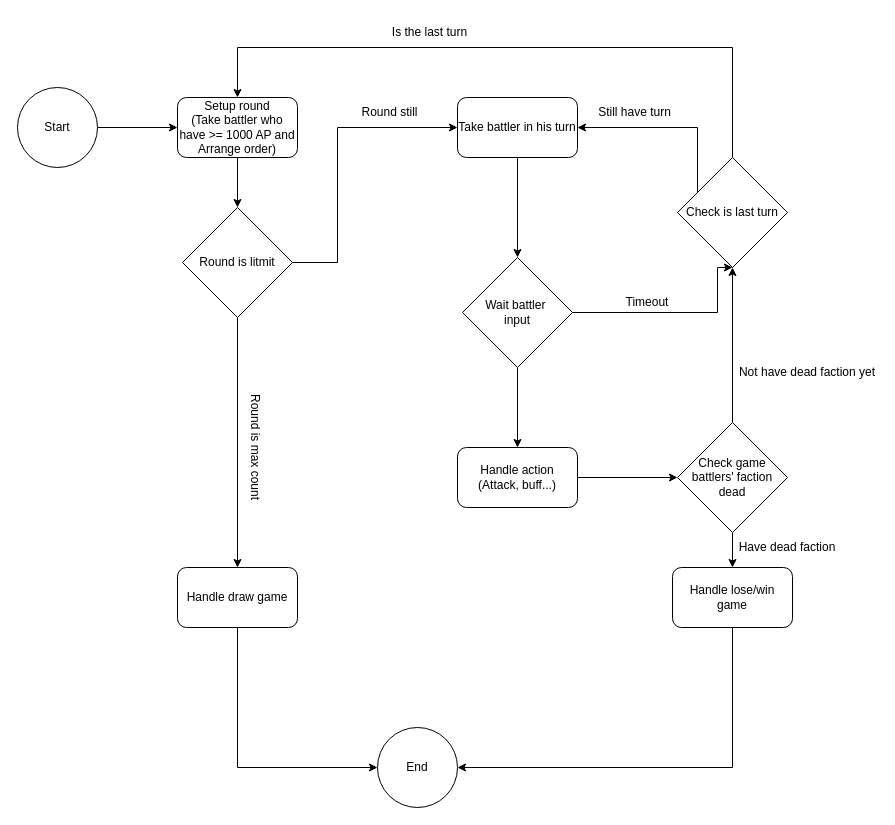
This is Design/design.drawio from vanhaodev/CardGame, a draw.io file, before an edit. Source tidied: cells renumbered, new cells numbered last; positions are measured from the earlier drawing's top-left corner, leaving out a move shared by most shapes. Both pictures are drawn from the tidied source at 100%, with x=0, y=0 at pixel (17, 17).
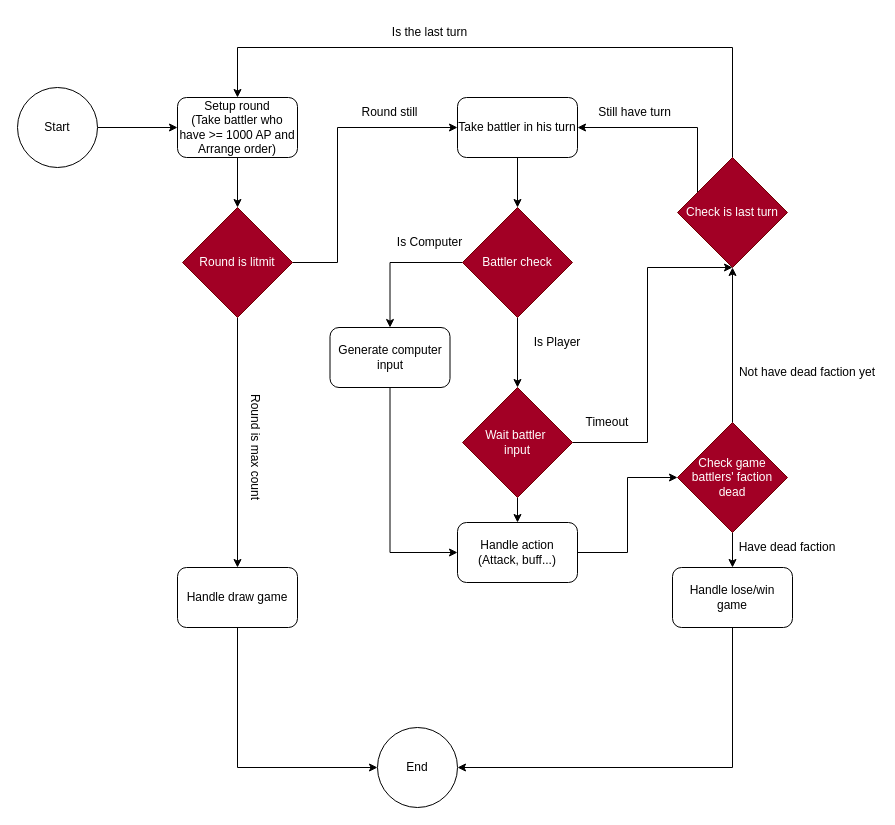
The same diagram, later.

Unchanged cells that the change refers to:
```xml
<mxCell id="7" value="Take battler in his turn" style="rounded=1;whiteSpace=wrap;html=1;" parent="1" vertex="1">
  <mxGeometry x="440" y="80" width="120" height="60" as="geometry" />
</mxCell>
```

Change to the diagram source:
```diff
@@
-    <mxCell id="6" style="edgeStyle=orthogonalEdgeStyle;rounded=0;jettySize=auto;html=1;entryX=0.5;entryY=0;entryDx=0;entryDy=0;" parent="1" edge="1" source="7" target="10">
+    <mxCell id="6" style="edgeStyle=orthogonalEdgeStyle;rounded=0;jettySize=auto;html=1;" parent="1" edge="1" source="7" target="36">
       <mxGeometry relative="1" as="geometry" />
     </mxCell>
@@
     <mxCell id="9" style="edgeStyle=orthogonalEdgeStyle;rounded=0;jettySize=auto;html=1;entryX=0.5;entryY=1;entryDx=0;entryDy=0;" parent="1" edge="1" source="10" target="16">
       <mxGeometry relative="1" as="geometry">
         <Array as="points">
-          <mxPoint x="700" y="295" />
-          <mxPoint x="700" y="250" />
+          <mxPoint x="630" y="425" />
+          <mxPoint x="630" y="250" />
         </Array>
       </mxGeometry>
     </mxCell>
-    <mxCell id="10" value="Wait battler&amp;nbsp;&lt;div&gt;input&lt;/div&gt;" style="rhombus;whiteSpace=wrap;html=1;" parent="1" vertex="1">
-      <mxGeometry x="445" y="240" width="110" height="110" as="geometry" />
+    <mxCell id="10" value="Wait battler&amp;nbsp;&lt;div&gt;input&lt;/div&gt;" style="rhombus;whiteSpace=wrap;html=1;fillColor=#a20025;fontColor=#ffffff;strokeColor=#6F0000;" parent="1" vertex="1">
+      <mxGeometry x="445" y="370" width="110" height="110" as="geometry" />
     </mxCell>
     <mxCell id="11" value="Timeout" style="text;html=1;align=center;verticalAlign=middle;whiteSpace=wrap;rounded=0;rotation=0;" parent="1" vertex="1">
-      <mxGeometry x="600" y="270" width="60" height="30" as="geometry" />
+      <mxGeometry x="560" y="390" width="60" height="30" as="geometry" />
     </mxCell>
@@
     <mxCell id="13" value="Handle action&lt;br&gt;(Attack, buff...)" style="rounded=1;whiteSpace=wrap;html=1;" parent="1" vertex="1">
-      <mxGeometry x="440" y="430" width="120" height="60" as="geometry" />
+      <mxGeometry x="440" y="505" width="120" height="60" as="geometry" />
     </mxCell>
@@
-    <mxCell id="16" value="Check is last turn" style="rhombus;whiteSpace=wrap;html=1;" parent="1" vertex="1">
+    <mxCell id="16" value="Check is last turn" style="rhombus;whiteSpace=wrap;html=1;fillColor=#a20025;fontColor=#ffffff;strokeColor=#6F0000;" parent="1" vertex="1">
       <mxGeometry x="660" y="140" width="110" height="110" as="geometry" />
     </mxCell>
@@
-    <mxCell id="21" value="Round is litmit" style="rhombus;whiteSpace=wrap;html=1;" parent="1" vertex="1">
+    <mxCell id="21" value="Round is litmit" style="rhombus;whiteSpace=wrap;html=1;fillColor=#a20025;fontColor=#ffffff;strokeColor=#6F0000;" parent="1" vertex="1">
       <mxGeometry x="165" y="190" width="110" height="110" as="geometry" />
     </mxCell>
@@
-    <mxCell id="29" value="Check game battlers' faction dead" style="rhombus;whiteSpace=wrap;html=1;" parent="1" vertex="1">
+    <mxCell id="29" value="Check game battlers' faction dead" style="rhombus;whiteSpace=wrap;html=1;fillColor=#a20025;fontColor=#ffffff;strokeColor=#6F0000;" parent="1" vertex="1">
       <mxGeometry x="660" y="405" width="110" height="110" as="geometry" />
     </mxCell>
@@
+    <mxCell id="34" style="edgeStyle=orthogonalEdgeStyle;rounded=0;jettySize=auto;html=1;entryX=0.5;entryY=0;entryDx=0;entryDy=0;" parent="1" edge="1" source="36" target="10">
+      <mxGeometry relative="1" as="geometry" />
+    </mxCell>
+    <mxCell id="35" style="edgeStyle=orthogonalEdgeStyle;rounded=0;jettySize=auto;html=1;entryX=0.5;entryY=0;entryDx=0;entryDy=0;" parent="1" edge="1" source="36" target="39">
+      <mxGeometry relative="1" as="geometry" />
+    </mxCell>
+    <mxCell id="36" value="Battler check" style="rhombus;whiteSpace=wrap;html=1;fillColor=#a20025;fontColor=#ffffff;strokeColor=#6F0000;" parent="1" vertex="1">
+      <mxGeometry x="445" y="190" width="110" height="110" as="geometry" />
+    </mxCell>
+    <mxCell id="37" value="Is Player" style="text;html=1;align=center;verticalAlign=middle;whiteSpace=wrap;rounded=0;rotation=0;" parent="1" vertex="1">
+      <mxGeometry x="510" y="310" width="60" height="30" as="geometry" />
+    </mxCell>
+    <mxCell id="38" style="edgeStyle=orthogonalEdgeStyle;rounded=0;jettySize=auto;html=1;entryX=0;entryY=0.5;entryDx=0;entryDy=0;" parent="1" edge="1" source="39" target="13">
+      <mxGeometry relative="1" as="geometry">
+        <Array as="points">
+          <mxPoint x="373" y="535" />
+        </Array>
+      </mxGeometry>
+    </mxCell>
+    <mxCell id="39" value="Generate computer input" style="rounded=1;whiteSpace=wrap;html=1;" parent="1" vertex="1">
+      <mxGeometry x="312.5" y="310" width="120" height="60" as="geometry" />
+    </mxCell>
+    <mxCell id="40" value="Is Computer" style="text;html=1;align=center;verticalAlign=middle;whiteSpace=wrap;rounded=0;rotation=0;" parent="1" vertex="1">
+      <mxGeometry x="371.2" y="210" width="82.5" height="30" as="geometry" />
+    </mxCell>
```
